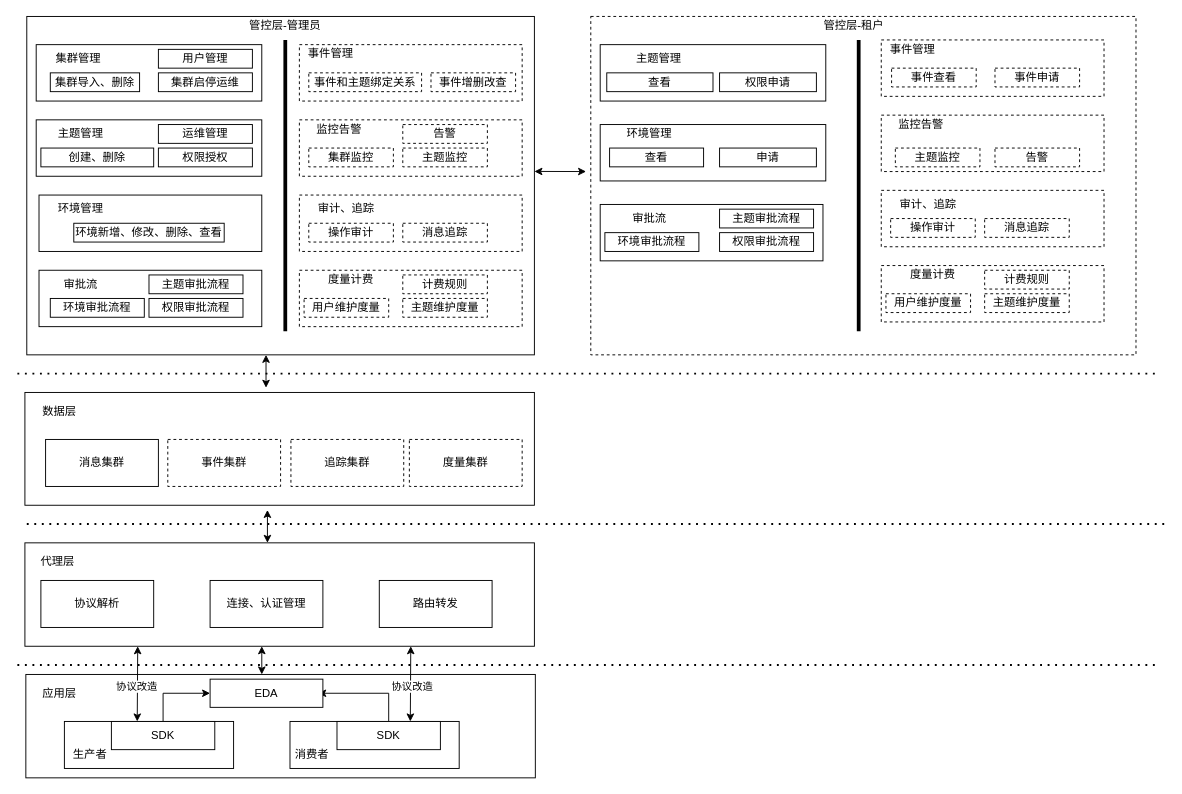
zzl-code/drawImg keeps this draw.io diagram as page "第 3 页" (3 of 3) of edaSdk.drawio. Above is the earlier version. Source tidied: cells renumbered, new cells numbered last; positions are measured from the earlier drawing's top-left corner, leaving out a move shared by most shapes. Both pictures are drawn from the tidied source at 94%, with x=0, y=0 at pixel (17, 16).
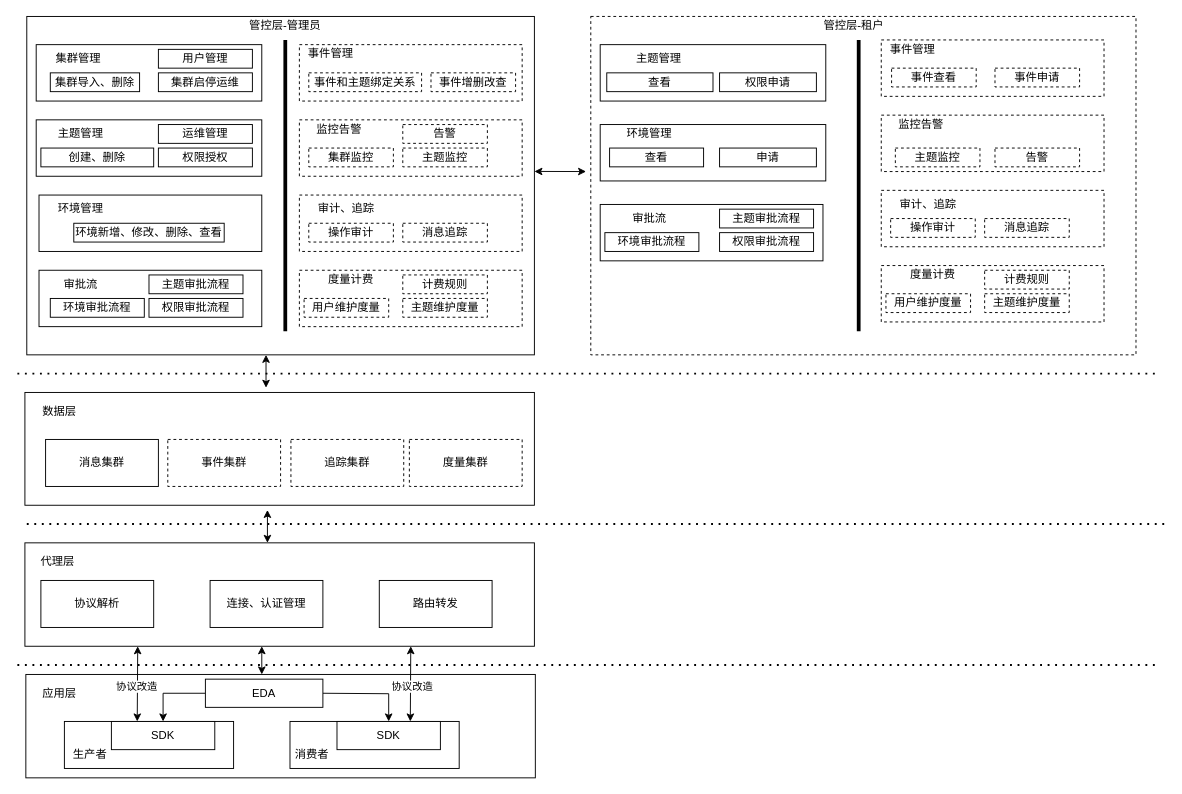
The same diagram, later.

Unchanged cells that the change refers to:
```xml
<mxCell id="95" value="SDK" style="rounded=0;whiteSpace=wrap;html=1;" parent="1" vertex="1">
  <mxGeometry x="100" y="750" width="110" height="30" as="geometry" />
</mxCell>
<mxCell id="97" value="SDK" style="rounded=0;whiteSpace=wrap;html=1;" parent="1" vertex="1">
  <mxGeometry x="340" y="750" width="110" height="30" as="geometry" />
</mxCell>
```

Diff of the diagram source:
```diff
@@
-    <mxCell id="94" style="edgeStyle=orthogonalEdgeStyle;rounded=0;jettySize=auto;html=1;entryX=0;entryY=0.5;entryDx=0;entryDy=0;" parent="1" edge="1" source="95" target="98">
-      <mxGeometry relative="1" as="geometry" />
-    </mxCell>
@@
-    <mxCell id="96" style="edgeStyle=orthogonalEdgeStyle;rounded=0;jettySize=auto;html=1;" parent="1" edge="1" source="97">
-      <mxGeometry relative="1" as="geometry">
-        <mxPoint x="320" y="720" as="targetPoint" />
-        <Array as="points">
-          <mxPoint x="395" y="720" />
-        </Array>
-      </mxGeometry>
-    </mxCell>
@@
+    <mxCell id="107" style="edgeStyle=orthogonalEdgeStyle;rounded=0;jettySize=auto;html=1;entryX=0.5;entryY=0;entryDx=0;entryDy=0;" parent="1" edge="1" source="98" target="95">
+      <mxGeometry relative="1" as="geometry">
+        <Array as="points">
+          <mxPoint x="155" y="720" />
+        </Array>
+      </mxGeometry>
+    </mxCell>
+    <mxCell id="108" style="edgeStyle=orthogonalEdgeStyle;rounded=0;jettySize=auto;html=1;entryX=0.5;entryY=0;entryDx=0;entryDy=0;" parent="1" edge="1" target="97">
+      <mxGeometry relative="1" as="geometry">
+        <mxPoint x="325" y="720" as="sourcePoint" />
+      </mxGeometry>
+    </mxCell>
     <mxCell id="98" value="EDA" style="rounded=0;whiteSpace=wrap;html=1;" parent="1" vertex="1">
-      <mxGeometry x="205" y="705" width="120" height="30" as="geometry" />
+      <mxGeometry x="200" y="705" width="125" height="30" as="geometry" />
     </mxCell>
```
